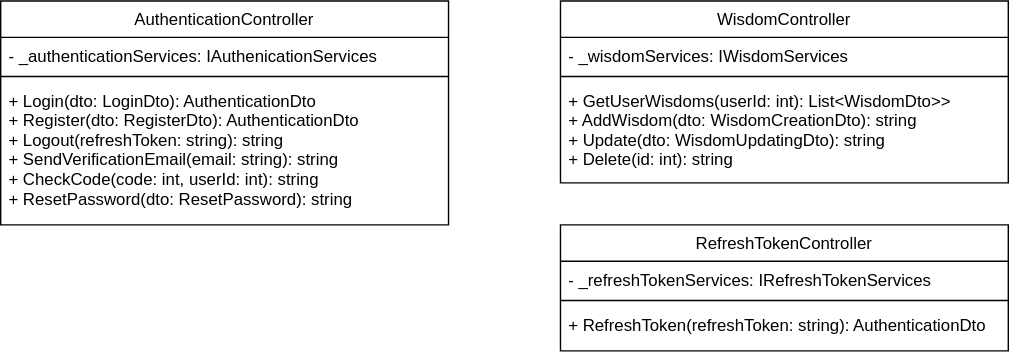
Davidemad24/WisdomSystem keeps this draw.io diagram as Diagram/Class Diagrams/Controllers.svg. Above is the earlier version. Source tidied: cells renumbered, new cells last; positions are measured from the earlier drawing's top-left corner, leaving out a move shared by most shapes.
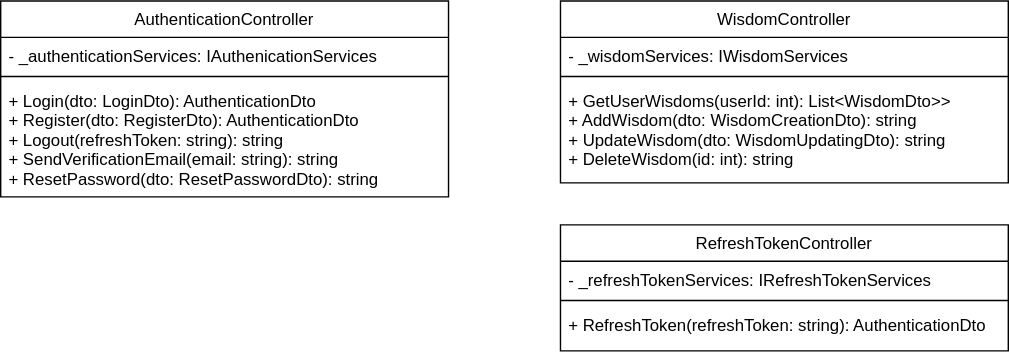
After the commit.

Diff of the diagram source:
```diff
@@ -3,7 +3,7 @@
     <mxCell id="0" />
     <mxCell id="1" parent="0" />
     <mxCell id="2" value="AuthenticationController" style="swimlane;fontStyle=0;align=center;verticalAlign=top;horizontal=1;startSize=26;rounded=0;shadow=0;strokeWidth=1;" parent="1" vertex="1">
-      <mxGeometry width="320" height="160" as="geometry" />
+      <mxGeometry width="320" height="140" as="geometry" />
     </mxCell>
     <mxCell id="3" value="- _authenticationServices: IAuthenicationServices" style="text;align=left;verticalAlign=top;spacingLeft=4;spacingRight=4;overflow=hidden;" parent="2" vertex="1">
       <mxGeometry y="26" width="320" height="24" as="geometry" />
@@ -11,8 +11,8 @@
     <mxCell id="4" style="line;html=1;strokeWidth=1;align=left;verticalAlign=middle;spacingTop=-1;spacingLeft=3;spacingRight=3;labelPosition=right;" parent="2" vertex="1">
       <mxGeometry y="50" width="320" height="8" as="geometry" />
     </mxCell>
-    <mxCell id="5" value="+ Login(dto: LoginDto): AuthenticationDto&#10;+ Register(dto: RegisterDto): AuthenticationDto&#10;+ Logout(refreshToken: string): string&#10;+ SendVerificationEmail(email: string): string&#10;+ CheckCode(code: int, userId: int): string&#10;+ ResetPassword(dto: ResetPassword): string" style="text;align=left;verticalAlign=top;spacingLeft=4;spacingRight=4;overflow=hidden;" parent="2" vertex="1">
-      <mxGeometry y="58" width="320" height="92" as="geometry" />
+    <mxCell id="5" value="+ Login(dto: LoginDto): AuthenticationDto&#10;+ Register(dto: RegisterDto): AuthenticationDto&#10;+ Logout(refreshToken: string): string&#10;+ SendVerificationEmail(email: string): string&#10;+ ResetPassword(dto: ResetPasswordDto): string" style="text;align=left;verticalAlign=top;spacingLeft=4;spacingRight=4;overflow=hidden;" parent="2" vertex="1">
+      <mxGeometry y="58" width="320" height="82" as="geometry" />
     </mxCell>
     <mxCell id="6" value="WisdomController" style="swimlane;fontStyle=0;align=center;verticalAlign=top;horizontal=1;startSize=26;rounded=0;shadow=0;strokeWidth=1;" parent="1" vertex="1">
       <mxGeometry x="400" width="320" height="130" as="geometry" />
@@ -23,7 +23,7 @@
     <mxCell id="8" style="line;html=1;strokeWidth=1;align=left;verticalAlign=middle;spacingTop=-1;spacingLeft=3;spacingRight=3;labelPosition=right;" parent="6" vertex="1">
       <mxGeometry y="50" width="320" height="8" as="geometry" />
     </mxCell>
-    <mxCell id="9" value="+ GetUserWisdoms(userId: int): List&lt;WisdomDto&gt;&gt;&#10;+ AddWisdom(dto: WisdomCreationDto): string&#10;+ Update(dto: WisdomUpdatingDto): string&#10;+ Delete(id: int): string" style="text;align=left;verticalAlign=top;spacingLeft=4;spacingRight=4;overflow=hidden;" parent="6" vertex="1">
+    <mxCell id="9" value="+ GetUserWisdoms(userId: int): List&lt;WisdomDto&gt;&gt;&#10;+ AddWisdom(dto: WisdomCreationDto): string&#10;+ UpdateWisdom(dto: WisdomUpdatingDto): string&#10;+ DeleteWisdom(id: int): string" style="text;align=left;verticalAlign=top;spacingLeft=4;spacingRight=4;overflow=hidden;" parent="6" vertex="1">
       <mxGeometry y="58" width="320" height="72" as="geometry" />
     </mxCell>
     <mxCell id="10" value="RefreshTokenController" style="swimlane;fontStyle=0;align=center;verticalAlign=top;horizontal=1;startSize=26;rounded=0;shadow=0;strokeWidth=1;" parent="1" vertex="1">
```
